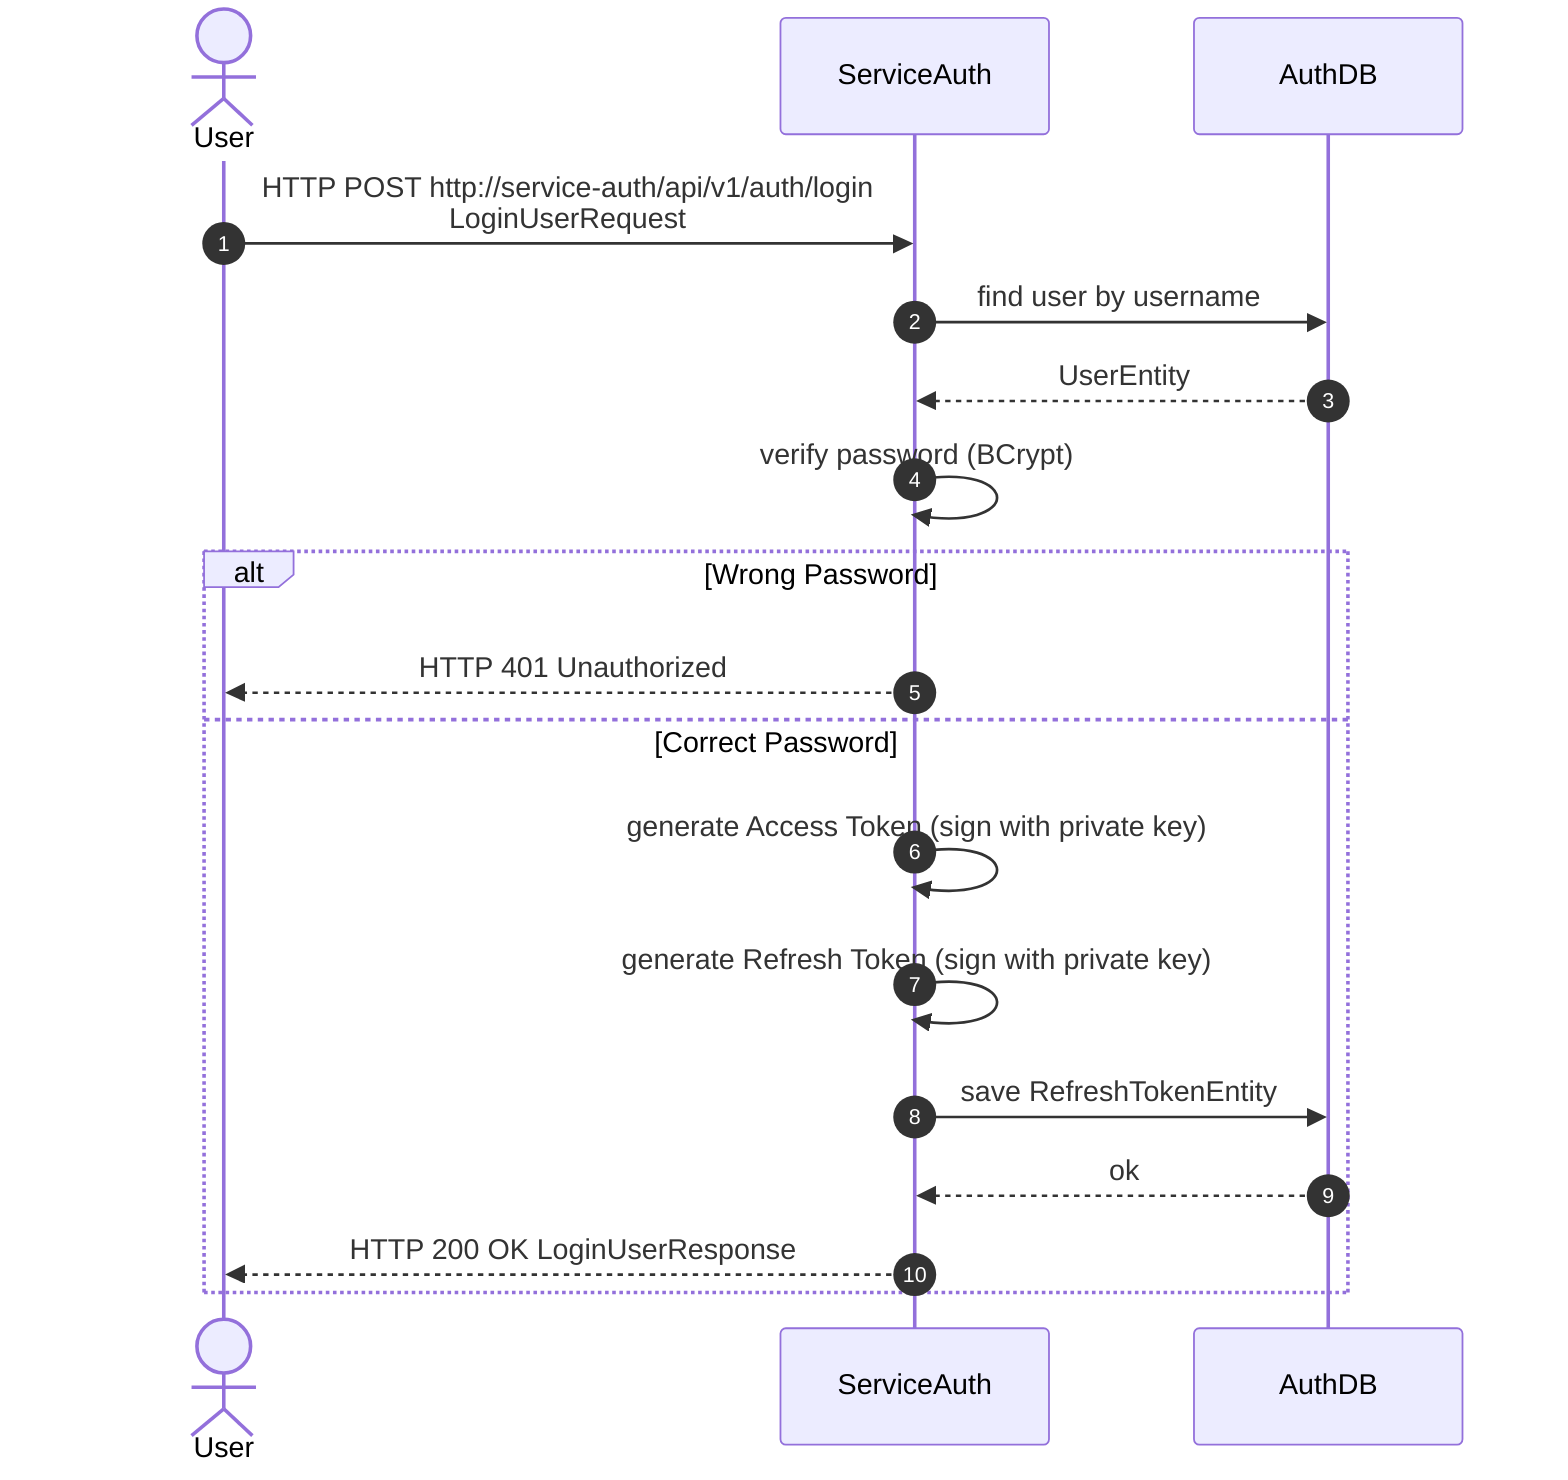
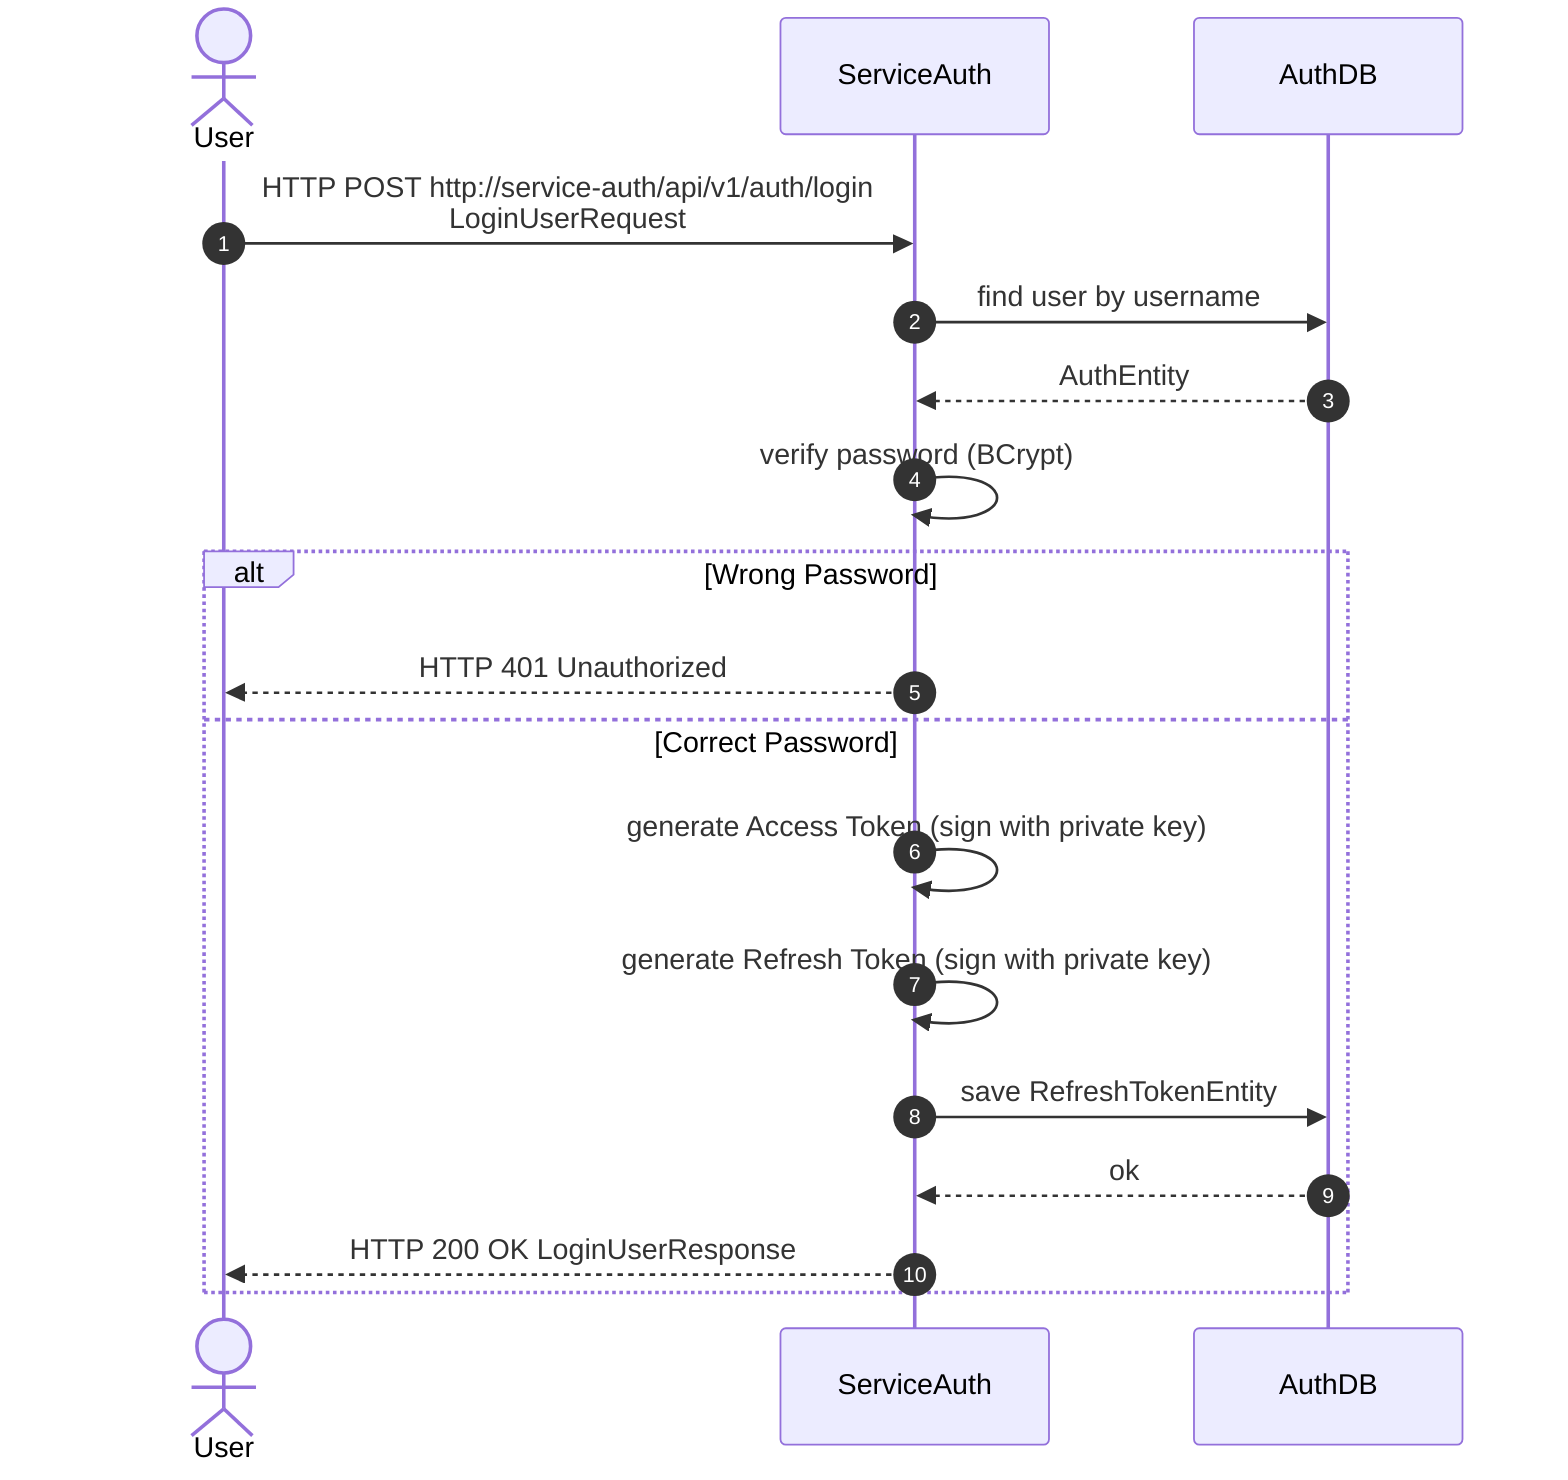
sequenceDiagram
    autonumber
    actor User
    participant ServiceAuth
    participant AuthDB

    User            ->>  ServiceAuth    :   HTTP POST http://service-auth/api/v1/auth/login <br/>LoginUserRequest
    ServiceAuth     ->>  AuthDB         :   find user by username
-     AuthDB          -->> ServiceAuth    :   UserEntity
+     AuthDB          -->> ServiceAuth    :   AuthEntity
    ServiceAuth     ->>  ServiceAuth    :   verify password (BCrypt)
    alt Wrong Password
        ServiceAuth -->> User           :   HTTP 401 Unauthorized
    else Correct Password
        ServiceAuth ->>  ServiceAuth    :   generate Access Token (sign with private key)
        ServiceAuth ->>  ServiceAuth    :   generate Refresh Token (sign with private key)
        ServiceAuth ->>  AuthDB         :   save RefreshTokenEntity
        AuthDB      -->> ServiceAuth    :   ok
        ServiceAuth -->> User        :   HTTP 200 OK LoginUserResponse
    end